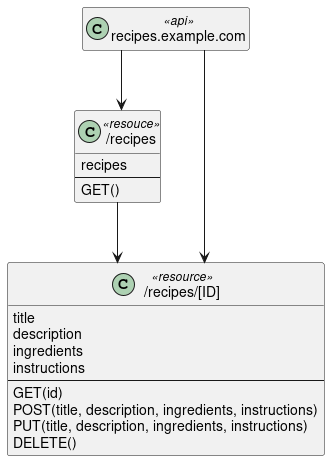
This is design/api.png from melliott209/recipes.vault, a PlantUML export, as it was before one commit. Source of this version:
```plantuml
@startuml
skinparam linetype ortho
hide empty members

class "recipes.example.com" as api <<api>>
class "/recipes" as index <<resouce>> {
    recipes
    --
    GET()
}
class "/recipes/[ID]" as recipe <<resource>> {
    title
    description
    ingredients
    instructions
    --
    GET(id)
    POST(title, description, ingredients, instructions)
    PUT(title, description, ingredients, instructions)
    DELETE()
}

api --> index
api --> recipe
index --> recipe

@enduml
```
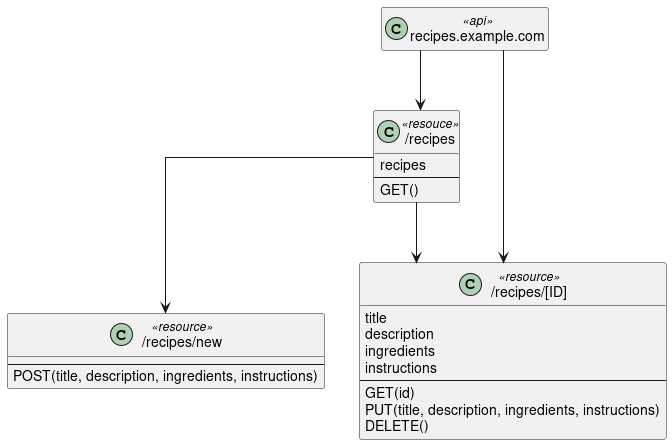
After the change.

Commit message:
docs: update api with /recipes/new resource

Diff of the diagram source:
```diff
@@ -8,6 +8,10 @@
     --
     GET()
 }
+class "/recipes/new" as new <<resource>> {
+    --
+    POST(title, description, ingredients, instructions)
+  }
 class "/recipes/[ID]" as recipe <<resource>> {
     title
     description
@@ -15,7 +19,6 @@
     instructions
     --
     GET(id)
-    POST(title, description, ingredients, instructions)
     PUT(title, description, ingredients, instructions)
     DELETE()
 }
@@ -23,5 +26,6 @@
 api --> index
 api --> recipe
 index --> recipe
+index --> new
 
 @enduml
```
